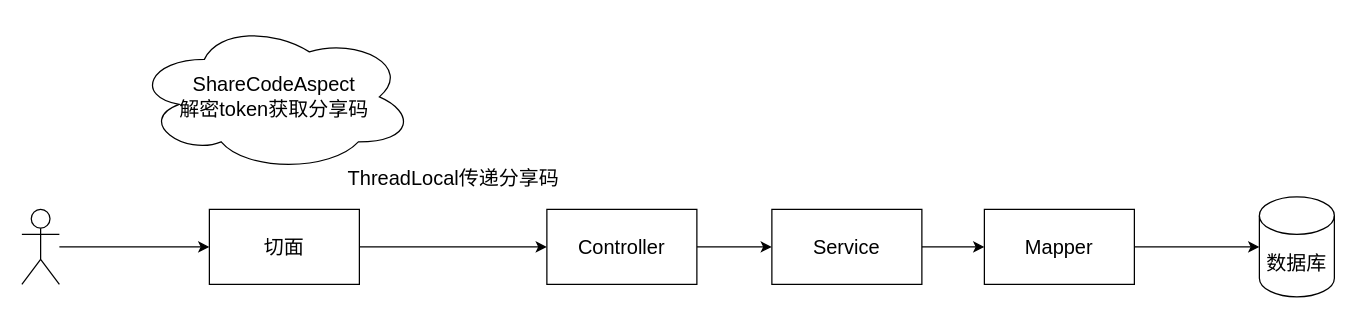
This is Aop实现文件分享token.drawio from ChengziMao/diagrams, a draw.io file, before an edit. Source tidied: cells renumbered, new cells numbered last; positions are measured from the earlier drawing's top-left corner, leaving out a move shared by most shapes. Both pictures are drawn from the tidied source at 125%, with x=0, y=0 at pixel (21, 21).
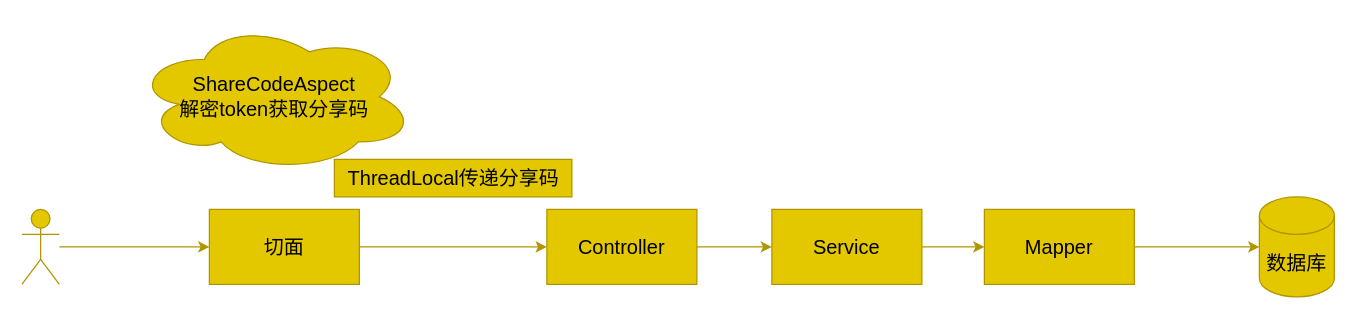
After the change.

Commit message (it also covers changes not shown here):
更新Aop实现文件分享token.drawio

The edit, as a diff of the source:
```diff
@@
 <mxGraphModel>
   <root>
     <mxCell id="0" />
     <mxCell id="1" parent="0" />
-    <mxCell id="2" style="edgeStyle=orthogonalEdgeStyle;rounded=0;jettySize=auto;html=1;fontSize=16;" parent="1" edge="1" source="3" target="5">
+    <mxCell id="2" style="edgeStyle=orthogonalEdgeStyle;rounded=0;jettySize=auto;html=1;fontSize=16;fillColor=#e3c800;strokeColor=#B09500;" parent="1" edge="1" source="3" target="5">
       <mxGeometry relative="1" as="geometry" />
     </mxCell>
-    <mxCell id="3" style="shape=umlActor;verticalLabelPosition=bottom;verticalAlign=top;html=1;outlineConnect=0;fontSize=16;" parent="1" vertex="1">
+    <mxCell id="3" style="shape=umlActor;verticalLabelPosition=bottom;verticalAlign=top;html=1;outlineConnect=0;fontSize=16;fillColor=#e3c800;fontColor=#000000;strokeColor=#B09500;" parent="1" vertex="1">
       <mxGeometry y="150" width="30" height="60" as="geometry" />
     </mxCell>
-    <mxCell id="4" style="edgeStyle=orthogonalEdgeStyle;rounded=0;jettySize=auto;html=1;entryX=0;entryY=0.5;entryDx=0;entryDy=0;fontSize=16;" parent="1" edge="1" source="5" target="8">
+    <mxCell id="4" style="edgeStyle=orthogonalEdgeStyle;rounded=0;jettySize=auto;html=1;entryX=0;entryY=0.5;entryDx=0;entryDy=0;fontSize=16;fillColor=#e3c800;strokeColor=#B09500;" parent="1" edge="1" source="5" target="8">
       <mxGeometry relative="1" as="geometry" />
     </mxCell>
-    <mxCell id="5" value="&lt;font style=&quot;vertical-align: inherit;&quot; class=&quot;notranslate fyzs-translate-target fyzs-translate-target-wrapper&quot;&gt;&lt;font style=&quot;vertical-align: inherit;&quot; class=&quot;notranslate fyzs-translate-target fyzs-translate-target-box&quot;&gt;&lt;font style=&quot;vertical-align: inherit;&quot; title=&quot;q&quot; class=&quot;notranslate fyzs-translate-target fyzs-translate-target-text&quot;&gt;切面&lt;/font&gt;&lt;/font&gt;&lt;/font&gt;" style="rounded=0;whiteSpace=wrap;html=1;fontSize=16;" parent="1" vertex="1">
+    <mxCell id="5" value="&lt;font style=&quot;vertical-align: inherit;&quot; class=&quot;notranslate fyzs-translate-target fyzs-translate-target-wrapper&quot;&gt;&lt;font style=&quot;vertical-align: inherit;&quot; class=&quot;notranslate fyzs-translate-target fyzs-translate-target-box&quot;&gt;&lt;font style=&quot;vertical-align: inherit;&quot; title=&quot;q&quot; class=&quot;notranslate fyzs-translate-target fyzs-translate-target-text&quot;&gt;切面&lt;/font&gt;&lt;/font&gt;&lt;/font&gt;" style="rounded=0;whiteSpace=wrap;html=1;fontSize=16;fillColor=#e3c800;fontColor=#000000;strokeColor=#B09500;" parent="1" vertex="1">
       <mxGeometry x="150" y="150" width="120" height="60" as="geometry" />
     </mxCell>
-    <mxCell id="6" value="&lt;font style=&quot;vertical-align: inherit;&quot; class=&quot;notranslate fyzs-translate-target fyzs-translate-target-wrapper&quot;&gt;&lt;font style=&quot;vertical-align: inherit;&quot; class=&quot;notranslate fyzs-translate-target fyzs-translate-target-box&quot;&gt;&lt;font style=&quot;vertical-align: inherit;&quot; title=&quot;S&quot; class=&quot;notranslate fyzs-translate-target fyzs-translate-target-text&quot;&gt;ShareCodeAspect&lt;/font&gt;&lt;/font&gt;&lt;/font&gt;&lt;div&gt;&lt;font style=&quot;vertical-align: inherit;&quot; class=&quot;notranslate fyzs-translate-target fyzs-translate-target-wrapper&quot;&gt;&lt;font style=&quot;vertical-align: inherit;&quot; class=&quot;notranslate fyzs-translate-target fyzs-translate-target-box&quot;&gt;&lt;font style=&quot;vertical-align: inherit;&quot; title=&quot;S&quot; class=&quot;notranslate fyzs-translate-target fyzs-translate-target-text&quot;&gt;解密token获取分享码&lt;/font&gt;&lt;/font&gt;&lt;/font&gt;&lt;/div&gt;" style="ellipse;shape=cloud;whiteSpace=wrap;html=1;fontSize=16;" parent="1" vertex="1">
+    <mxCell id="6" value="&lt;font style=&quot;vertical-align: inherit;&quot; class=&quot;notranslate fyzs-translate-target fyzs-translate-target-wrapper&quot;&gt;&lt;font style=&quot;vertical-align: inherit;&quot; class=&quot;notranslate fyzs-translate-target fyzs-translate-target-box&quot;&gt;&lt;font style=&quot;vertical-align: inherit;&quot; title=&quot;S&quot; class=&quot;notranslate fyzs-translate-target fyzs-translate-target-text&quot;&gt;ShareCodeAspect&lt;/font&gt;&lt;/font&gt;&lt;/font&gt;&lt;div&gt;&lt;font style=&quot;vertical-align: inherit;&quot; class=&quot;notranslate fyzs-translate-target fyzs-translate-target-wrapper&quot;&gt;&lt;font style=&quot;vertical-align: inherit;&quot; class=&quot;notranslate fyzs-translate-target fyzs-translate-target-box&quot;&gt;&lt;font style=&quot;vertical-align: inherit;&quot; title=&quot;S&quot; class=&quot;notranslate fyzs-translate-target fyzs-translate-target-text&quot;&gt;解密token获取分享码&lt;/font&gt;&lt;/font&gt;&lt;/font&gt;&lt;/div&gt;" style="ellipse;shape=cloud;whiteSpace=wrap;html=1;fontSize=16;fillColor=#e3c800;fontColor=#000000;strokeColor=#B09500;" parent="1" vertex="1">
       <mxGeometry x="90" width="224" height="120" as="geometry" />
     </mxCell>
-    <mxCell id="7" style="edgeStyle=orthogonalEdgeStyle;rounded=0;jettySize=auto;html=1;fontSize=16;" parent="1" edge="1" source="8" target="10">
+    <mxCell id="7" style="edgeStyle=orthogonalEdgeStyle;rounded=0;jettySize=auto;html=1;fontSize=16;fillColor=#e3c800;strokeColor=#B09500;" parent="1" edge="1" source="8" target="10">
       <mxGeometry relative="1" as="geometry" />
     </mxCell>
-    <mxCell id="8" value="&lt;font style=&quot;vertical-align: inherit;&quot; class=&quot;notranslate fyzs-translate-target fyzs-translate-target-wrapper&quot;&gt;&lt;font style=&quot;vertical-align: inherit;&quot; class=&quot;notranslate fyzs-translate-target fyzs-translate-target-box&quot;&gt;&lt;font style=&quot;vertical-align: inherit;&quot; title=&quot;C&quot; class=&quot;notranslate fyzs-translate-target fyzs-translate-target-text&quot;&gt;Controller&lt;/font&gt;&lt;/font&gt;&lt;/font&gt;" style="rounded=0;whiteSpace=wrap;html=1;fontSize=16;" parent="1" vertex="1">
+    <mxCell id="8" value="&lt;font style=&quot;vertical-align: inherit;&quot; class=&quot;notranslate fyzs-translate-target fyzs-translate-target-wrapper&quot;&gt;&lt;font style=&quot;vertical-align: inherit;&quot; class=&quot;notranslate fyzs-translate-target fyzs-translate-target-box&quot;&gt;&lt;font style=&quot;vertical-align: inherit;&quot; title=&quot;C&quot; class=&quot;notranslate fyzs-translate-target fyzs-translate-target-text&quot;&gt;Controller&lt;/font&gt;&lt;/font&gt;&lt;/font&gt;" style="rounded=0;whiteSpace=wrap;html=1;fontSize=16;fillColor=#e3c800;fontColor=#000000;strokeColor=#B09500;" parent="1" vertex="1">
       <mxGeometry x="420" y="150" width="120" height="60" as="geometry" />
     </mxCell>
-    <mxCell id="9" style="edgeStyle=orthogonalEdgeStyle;rounded=0;jettySize=auto;html=1;fontSize=16;" parent="1" edge="1" source="10" target="11">
+    <mxCell id="9" style="edgeStyle=orthogonalEdgeStyle;rounded=0;jettySize=auto;html=1;fontSize=16;fillColor=#e3c800;strokeColor=#B09500;" parent="1" edge="1" source="10" target="11">
       <mxGeometry relative="1" as="geometry" />
     </mxCell>
-    <mxCell id="10" value="&lt;font style=&quot;vertical-align: inherit;&quot; class=&quot;notranslate fyzs-translate-target fyzs-translate-target-wrapper&quot;&gt;&lt;font style=&quot;vertical-align: inherit;&quot; class=&quot;notranslate fyzs-translate-target fyzs-translate-target-box&quot;&gt;&lt;font style=&quot;vertical-align: inherit;&quot; title=&quot;S&quot; class=&quot;notranslate fyzs-translate-target fyzs-translate-target-text&quot;&gt;Service&lt;/font&gt;&lt;/font&gt;&lt;/font&gt;" style="rounded=0;whiteSpace=wrap;html=1;fontSize=16;" parent="1" vertex="1">
+    <mxCell id="10" value="&lt;font style=&quot;vertical-align: inherit;&quot; class=&quot;notranslate fyzs-translate-target fyzs-translate-target-wrapper&quot;&gt;&lt;font style=&quot;vertical-align: inherit;&quot; class=&quot;notranslate fyzs-translate-target fyzs-translate-target-box&quot;&gt;&lt;font style=&quot;vertical-align: inherit;&quot; title=&quot;S&quot; class=&quot;notranslate fyzs-translate-target fyzs-translate-target-text&quot;&gt;Service&lt;/font&gt;&lt;/font&gt;&lt;/font&gt;" style="rounded=0;whiteSpace=wrap;html=1;fontSize=16;fillColor=#e3c800;fontColor=#000000;strokeColor=#B09500;" parent="1" vertex="1">
       <mxGeometry x="600" y="150" width="120" height="60" as="geometry" />
     </mxCell>
-    <mxCell id="11" value="&lt;font style=&quot;vertical-align: inherit;&quot; class=&quot;notranslate fyzs-translate-target fyzs-translate-target-wrapper&quot;&gt;&lt;font style=&quot;vertical-align: inherit;&quot; class=&quot;notranslate fyzs-translate-target fyzs-translate-target-box&quot;&gt;&lt;font style=&quot;vertical-align: inherit;&quot; title=&quot;M&quot; class=&quot;notranslate fyzs-translate-target fyzs-translate-target-text&quot;&gt;Mapper&lt;/font&gt;&lt;/font&gt;&lt;/font&gt;" style="rounded=0;whiteSpace=wrap;html=1;fontSize=16;" parent="1" vertex="1">
+    <mxCell id="11" value="&lt;font style=&quot;vertical-align: inherit;&quot; class=&quot;notranslate fyzs-translate-target fyzs-translate-target-wrapper&quot;&gt;&lt;font style=&quot;vertical-align: inherit;&quot; class=&quot;notranslate fyzs-translate-target fyzs-translate-target-box&quot;&gt;&lt;font style=&quot;vertical-align: inherit;&quot; title=&quot;M&quot; class=&quot;notranslate fyzs-translate-target fyzs-translate-target-text&quot;&gt;Mapper&lt;/font&gt;&lt;/font&gt;&lt;/font&gt;" style="rounded=0;whiteSpace=wrap;html=1;fontSize=16;fillColor=#e3c800;fontColor=#000000;strokeColor=#B09500;" parent="1" vertex="1">
       <mxGeometry x="770" y="150" width="120" height="60" as="geometry" />
     </mxCell>
-    <mxCell id="12" value="&lt;font style=&quot;vertical-align: inherit;&quot; class=&quot;notranslate fyzs-translate-target fyzs-translate-target-wrapper&quot;&gt;&lt;font style=&quot;vertical-align: inherit;&quot; class=&quot;notranslate fyzs-translate-target fyzs-translate-target-box&quot;&gt;&lt;font style=&quot;vertical-align: inherit;&quot; title=&quot;s&quot; class=&quot;notranslate fyzs-translate-target fyzs-translate-target-text&quot;&gt;数据库&lt;/font&gt;&lt;/font&gt;&lt;/font&gt;" style="shape=cylinder3;whiteSpace=wrap;html=1;boundedLbl=1;backgroundOutline=1;size=15;fontSize=16;" parent="1" vertex="1">
+    <mxCell id="12" value="&lt;font style=&quot;vertical-align: inherit;&quot; class=&quot;notranslate fyzs-translate-target fyzs-translate-target-wrapper&quot;&gt;&lt;font style=&quot;vertical-align: inherit;&quot; class=&quot;notranslate fyzs-translate-target fyzs-translate-target-box&quot;&gt;&lt;font style=&quot;vertical-align: inherit;&quot; title=&quot;s&quot; class=&quot;notranslate fyzs-translate-target fyzs-translate-target-text&quot;&gt;数据库&lt;/font&gt;&lt;/font&gt;&lt;/font&gt;" style="shape=cylinder3;whiteSpace=wrap;html=1;boundedLbl=1;backgroundOutline=1;size=15;fontSize=16;fillColor=#e3c800;fontColor=#000000;strokeColor=#B09500;" parent="1" vertex="1">
       <mxGeometry x="990" y="140" width="60" height="80" as="geometry" />
     </mxCell>
-    <mxCell id="13" value="&lt;font style=&quot;vertical-align: inherit;&quot; class=&quot;notranslate fyzs-translate-target fyzs-translate-target-wrapper&quot;&gt;&lt;font style=&quot;vertical-align: inherit;&quot; class=&quot;notranslate fyzs-translate-target fyzs-translate-target-box&quot;&gt;&lt;font style=&quot;vertical-align: inherit;&quot; title=&quot;T&quot; class=&quot;notranslate fyzs-translate-target fyzs-translate-target-text&quot;&gt;ThreadLocal传递分享码&lt;/font&gt;&lt;/font&gt;&lt;/font&gt;" style="text;html=1;align=center;verticalAlign=middle;strokeColor=none;fillColor=none;fontSize=16;" parent="1" vertex="1">
+    <mxCell id="13" value="&lt;font style=&quot;vertical-align: inherit;&quot; class=&quot;notranslate fyzs-translate-target fyzs-translate-target-wrapper&quot;&gt;&lt;font style=&quot;vertical-align: inherit;&quot; class=&quot;notranslate fyzs-translate-target fyzs-translate-target-box&quot;&gt;&lt;font style=&quot;vertical-align: inherit;&quot; title=&quot;T&quot; class=&quot;notranslate fyzs-translate-target fyzs-translate-target-text&quot;&gt;ThreadLocal传递分享码&lt;/font&gt;&lt;/font&gt;&lt;/font&gt;" style="text;html=1;align=center;verticalAlign=middle;strokeColor=#B09500;fillColor=#e3c800;fontSize=16;fontColor=#000000;" parent="1" vertex="1">
       <mxGeometry x="250" y="110" width="190" height="30" as="geometry" />
     </mxCell>
-    <mxCell id="14" style="edgeStyle=orthogonalEdgeStyle;rounded=0;jettySize=auto;html=1;entryX=0;entryY=0.5;entryDx=0;entryDy=0;entryPerimeter=0;fontSize=16;" parent="1" edge="1" source="11" target="12">
+    <mxCell id="14" style="edgeStyle=orthogonalEdgeStyle;rounded=0;jettySize=auto;html=1;entryX=0;entryY=0.5;entryDx=0;entryDy=0;entryPerimeter=0;fontSize=16;fillColor=#e3c800;strokeColor=#B09500;" parent="1" edge="1" source="11" target="12">
       <mxGeometry relative="1" as="geometry" />
     </mxCell>
   </root>
 </mxGraphModel>
```
